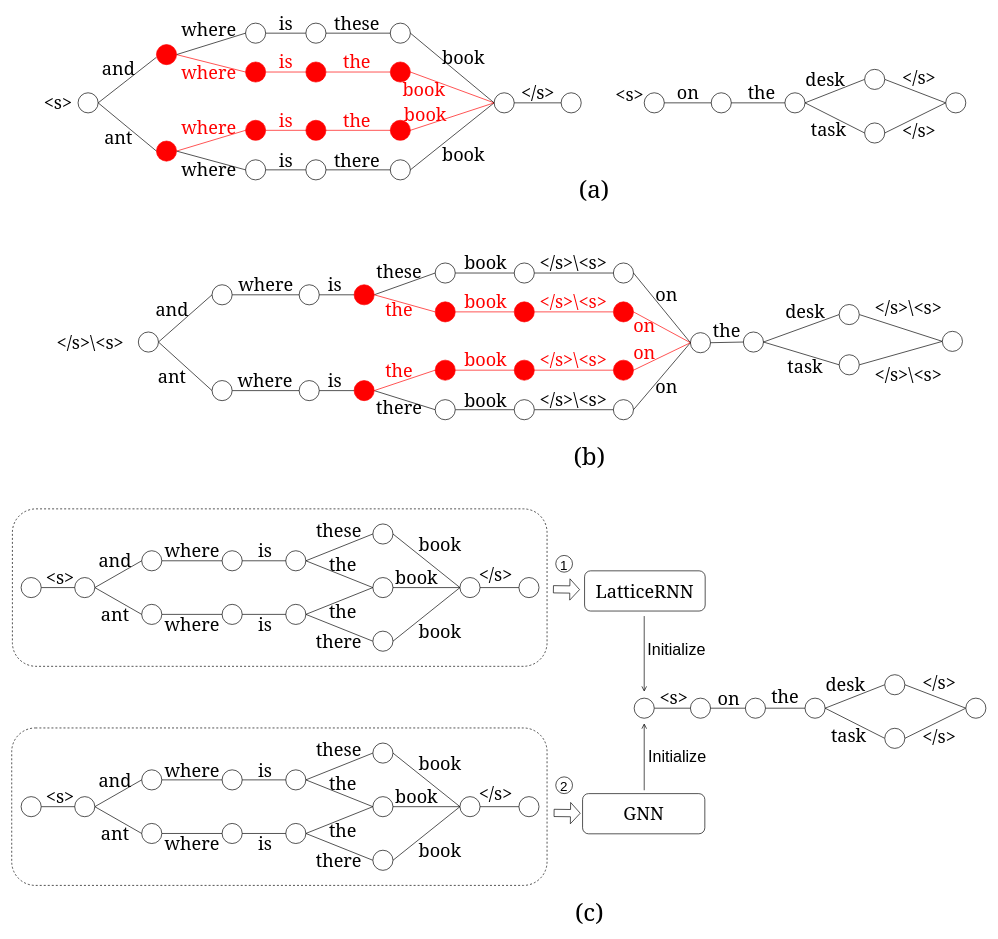
Before: 5-gram Cross-Lattice History Clustering based Lattice Rescoring.drawio in AmourWaltz/OtherProjects, a draw.io diagram. Source tidied: cells renumbered, new cells numbered last; positions are measured from the earlier drawing's top-left corner, leaving out a move shared by most shapes. Both pictures are drawn from the tidied source at 67%, with x=0, y=0 at pixel (11, 17).
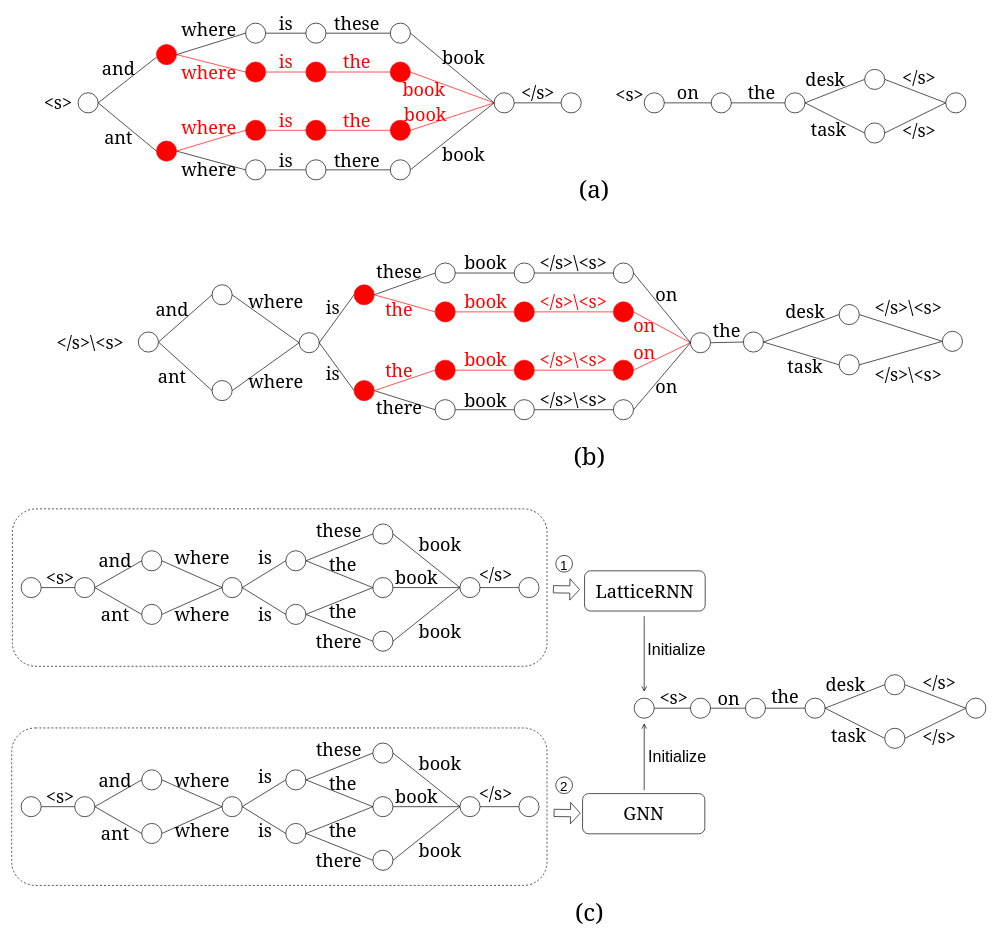
After the change.

The change refers to these unchanged cells:
```xml
<mxCell id="146" style="ellipse;whiteSpace=wrap;html=1;fontColor=#FF0000;fillColor=#FF0000;strokeColor=#FF0000;" parent="1" vertex="1">
  <mxGeometry x="511" y="542.5" width="30" height="30" as="geometry" />
</mxCell>
<mxCell id="151" style="ellipse;whiteSpace=wrap;html=1;" parent="1" vertex="1">
  <mxGeometry x="299" y="399.5" width="30" height="30" as="geometry" />
</mxCell>
<mxCell id="153" style="ellipse;whiteSpace=wrap;html=1;" parent="1" vertex="1">
  <mxGeometry x="299" y="542.5" width="30" height="30" as="geometry" />
</mxCell>
<mxCell id="193" style="ellipse;whiteSpace=wrap;html=1;fillColor=none;fontColor=#000000;" parent="1" vertex="1">
  <mxGeometry x="409" y="876.5" width="30" height="30" as="geometry" />
</mxCell>
<mxCell id="220" style="ellipse;whiteSpace=wrap;html=1;" parent="1" vertex="1">
  <mxGeometry x="194" y="876.5" width="30" height="30" as="geometry" />
</mxCell>
<mxCell id="237" style="ellipse;whiteSpace=wrap;html=1;fillColor=none;fontColor=#000000;" parent="1" vertex="1">
  <mxGeometry x="409" y="1203.5" width="30" height="30" as="geometry" />
</mxCell>
<mxCell id="264" style="ellipse;whiteSpace=wrap;html=1;" parent="1" vertex="1">
  <mxGeometry x="194" y="1203.5" width="30" height="30" as="geometry" />
</mxCell>
```

The edit, as a diff of the source:
```diff
@@
-    <mxCell id="77" style="edgeStyle=none;rounded=0;jettySize=auto;html=1;exitX=1;exitY=0.5;exitDx=0;exitDy=0;entryX=0;entryY=0.5;entryDx=0;entryDy=0;endArrow=none;endFill=0;fontColor=#FF0000;strokeColor=#000000;" parent="1" edge="1" source="96" target="146">
+    <mxCell id="77" style="edgeStyle=none;rounded=0;jettySize=auto;html=1;exitX=1;exitY=0.5;exitDx=0;exitDy=0;entryX=0;entryY=0.5;entryDx=0;entryDy=0;endArrow=none;endFill=0;fontColor=#FF0000;strokeColor=#000000;" parent="1" edge="1" source="79" target="146">
       <mxGeometry relative="1" as="geometry" />
     </mxCell>
@@
     <mxCell id="79" style="ellipse;whiteSpace=wrap;html=1;fillColor=none;" parent="1" vertex="1">
-      <mxGeometry x="429" y="399.5" width="30" height="30" as="geometry" />
+      <mxGeometry x="429" y="471" width="30" height="30" as="geometry" />
     </mxCell>
@@
-    <mxCell id="96" style="ellipse;whiteSpace=wrap;html=1;fillColor=none;" parent="1" vertex="1">
-      <mxGeometry x="429" y="542.5" width="30" height="30" as="geometry" />
-    </mxCell>
     <mxCell id="97" value="&lt;font style=&quot;font-size: 27px&quot; face=&quot;Georgia&quot;&gt;where&lt;/font&gt;" style="text;html=1;align=center;verticalAlign=middle;strokeColor=none;fillColor=none;" parent="1" vertex="1">
-      <mxGeometry x="334" y="390" width="90" height="20" as="geometry" />
+      <mxGeometry x="349" y="414" width="90" height="20" as="geometry" />
     </mxCell>
     <mxCell id="98" value="&lt;font style=&quot;font-size: 27px&quot; face=&quot;Georgia&quot;&gt;where&lt;/font&gt;" style="text;html=1;align=center;verticalAlign=middle;strokeColor=none;fillColor=none;" parent="1" vertex="1">
-      <mxGeometry x="333" y="532" width="90" height="20" as="geometry" />
+      <mxGeometry x="349" y="534" width="90" height="20" as="geometry" />
     </mxCell>
     <mxCell id="99" value="&lt;font style=&quot;font-size: 27px&quot; face=&quot;Georgia&quot;&gt;is&lt;/font&gt;" style="text;html=1;align=center;verticalAlign=middle;fillColor=none;" parent="1" vertex="1">
-      <mxGeometry x="462" y="390" width="40" height="20" as="geometry" />
+      <mxGeometry x="459" y="424" width="40" height="20" as="geometry" />
     </mxCell>
     <mxCell id="100" value="&lt;font face=&quot;Georgia&quot;&gt;&lt;span style=&quot;font-size: 27px&quot;&gt;is&lt;/span&gt;&lt;/font&gt;" style="text;html=1;align=center;verticalAlign=middle;fillColor=none;" parent="1" vertex="1">
-      <mxGeometry x="462" y="532" width="40" height="20" as="geometry" />
+      <mxGeometry x="459" y="522" width="40" height="20" as="geometry" />
     </mxCell>
@@
-    <mxCell id="150" style="edgeStyle=orthogonalEdgeStyle;rounded=0;jettySize=auto;html=1;exitX=1;exitY=0.5;exitDx=0;exitDy=0;entryX=0;entryY=0.5;entryDx=0;entryDy=0;endArrow=none;endFill=0;" parent="1" edge="1" source="151" target="79">
+    <mxCell id="150" style="rounded=0;jettySize=auto;html=1;exitX=1;exitY=0.5;exitDx=0;exitDy=0;entryX=0;entryY=0.5;entryDx=0;entryDy=0;endArrow=none;endFill=0;" parent="1" edge="1" source="151" target="79">
       <mxGeometry relative="1" as="geometry" />
     </mxCell>
@@
-    <mxCell id="152" style="edgeStyle=orthogonalEdgeStyle;rounded=0;jettySize=auto;html=1;exitX=1;exitY=0.5;exitDx=0;exitDy=0;entryX=0;entryY=0.5;entryDx=0;entryDy=0;endArrow=none;endFill=0;" parent="1" edge="1" source="153" target="96">
+    <mxCell id="152" style="rounded=0;jettySize=auto;html=1;exitX=1;exitY=0.5;exitDx=0;exitDy=0;entryX=0;entryY=0.5;entryDx=0;entryDy=0;endArrow=none;endFill=0;" parent="1" edge="1" source="153" target="79">
       <mxGeometry relative="1" as="geometry" />
     </mxCell>
@@
-    <mxCell id="186" style="edgeStyle=none;rounded=0;jettySize=auto;html=1;exitX=1;exitY=0.5;exitDx=0;exitDy=0;entryX=0;entryY=0.5;entryDx=0;entryDy=0;endArrow=none;endFill=0;fontColor=#000000;strokeColor=#000000;fillColor=#e51400;" parent="1" edge="1" source="207" target="193">
+    <mxCell id="186" style="edgeStyle=none;rounded=0;jettySize=auto;html=1;exitX=1;exitY=0.5;exitDx=0;exitDy=0;entryX=0;entryY=0.5;entryDx=0;entryDy=0;endArrow=none;endFill=0;fontColor=#000000;strokeColor=#000000;fillColor=#e51400;" parent="1" edge="1" source="187" target="193">
       <mxGeometry relative="1" as="geometry" />
     </mxCell>
     <mxCell id="187" style="ellipse;whiteSpace=wrap;html=1;fillColor=none;" parent="1" vertex="1">
-      <mxGeometry x="314" y="796.5" width="30" height="30" as="geometry" />
+      <mxGeometry x="314" y="836.5" width="30" height="30" as="geometry" />
     </mxCell>
@@
-    <mxCell id="201" style="rounded=0;jettySize=auto;html=1;exitX=1;exitY=0.5;exitDx=0;exitDy=0;entryX=0;entryY=0.5;entryDx=0;entryDy=0;fontFamily=Georgia;fontSize=27;endArrow=none;endFill=0;" parent="1" edge="1" source="220" target="207">
+    <mxCell id="201" style="rounded=0;jettySize=auto;html=1;exitX=1;exitY=0.5;exitDx=0;exitDy=0;entryX=0;entryY=0.5;entryDx=0;entryDy=0;fontFamily=Georgia;fontSize=27;endArrow=none;endFill=0;" parent="1" edge="1" source="220" target="187">
       <mxGeometry relative="1" as="geometry" />
     </mxCell>
@@
-    <mxCell id="207" style="ellipse;whiteSpace=wrap;html=1;fillColor=none;" parent="1" vertex="1">
-      <mxGeometry x="314" y="876.5" width="30" height="30" as="geometry" />
-    </mxCell>
     <mxCell id="208" value="&lt;font style=&quot;font-size: 27px&quot; face=&quot;Georgia&quot;&gt;where&lt;/font&gt;" style="text;html=1;align=center;verticalAlign=middle;strokeColor=none;fillColor=none;" parent="1" vertex="1">
-      <mxGeometry x="224" y="786.5" width="90" height="20" as="geometry" />
+      <mxGeometry x="239" y="796.5" width="90" height="20" as="geometry" />
     </mxCell>
     <mxCell id="209" value="&lt;font style=&quot;font-size: 27px&quot; face=&quot;Georgia&quot;&gt;where&lt;/font&gt;" style="text;html=1;align=center;verticalAlign=middle;strokeColor=none;fillColor=none;" parent="1" vertex="1">
-      <mxGeometry x="224" y="896.5" width="90" height="20" as="geometry" />
+      <mxGeometry x="239" y="881.5" width="90" height="20" as="geometry" />
     </mxCell>
     <mxCell id="210" value="&lt;font style=&quot;font-size: 27px&quot; face=&quot;Georgia&quot;&gt;is&lt;/font&gt;" style="text;html=1;align=center;verticalAlign=middle;strokeColor=none;fillColor=none;fontColor=#000000;" parent="1" vertex="1">
-      <mxGeometry x="358" y="786.5" width="40" height="20" as="geometry" />
+      <mxGeometry x="358" y="796.5" width="40" height="20" as="geometry" />
     </mxCell>
     <mxCell id="211" value="&lt;font style=&quot;font-size: 27px&quot; face=&quot;Georgia&quot;&gt;is&lt;/font&gt;" style="text;html=1;align=center;verticalAlign=middle;strokeColor=none;fillColor=none;fontColor=#000000;" parent="1" vertex="1">
-      <mxGeometry x="358" y="896.5" width="40" height="20" as="geometry" />
+      <mxGeometry x="358" y="881.5" width="40" height="20" as="geometry" />
     </mxCell>
@@
-    <mxCell id="230" style="edgeStyle=none;rounded=0;jettySize=auto;html=1;exitX=1;exitY=0.5;exitDx=0;exitDy=0;entryX=0;entryY=0.5;entryDx=0;entryDy=0;endArrow=none;endFill=0;fontColor=#000000;strokeColor=#000000;fillColor=#e51400;" parent="1" edge="1" source="251" target="237">
+    <mxCell id="230" style="edgeStyle=none;rounded=0;jettySize=auto;html=1;exitX=1;exitY=0.5;exitDx=0;exitDy=0;entryX=0;entryY=0.5;entryDx=0;entryDy=0;endArrow=none;endFill=0;fontColor=#000000;strokeColor=#000000;fillColor=#e51400;" parent="1" edge="1" source="231" target="237">
       <mxGeometry relative="1" as="geometry" />
     </mxCell>
     <mxCell id="231" style="ellipse;whiteSpace=wrap;html=1;fillColor=none;" parent="1" vertex="1">
-      <mxGeometry x="314" y="1123.5" width="30" height="30" as="geometry" />
+      <mxGeometry x="314" y="1163.5" width="30" height="30" as="geometry" />
     </mxCell>
@@
-    <mxCell id="245" style="rounded=0;jettySize=auto;html=1;exitX=1;exitY=0.5;exitDx=0;exitDy=0;entryX=0;entryY=0.5;entryDx=0;entryDy=0;fontFamily=Georgia;fontSize=27;endArrow=none;endFill=0;" parent="1" edge="1" source="264" target="251">
+    <mxCell id="245" style="rounded=0;jettySize=auto;html=1;exitX=1;exitY=0.5;exitDx=0;exitDy=0;entryX=0;entryY=0.5;entryDx=0;entryDy=0;fontFamily=Georgia;fontSize=27;endArrow=none;endFill=0;" parent="1" edge="1" source="264" target="231">
       <mxGeometry relative="1" as="geometry" />
     </mxCell>
@@
-    <mxCell id="251" style="ellipse;whiteSpace=wrap;html=1;fillColor=none;" parent="1" vertex="1">
-      <mxGeometry x="314" y="1203.5" width="30" height="30" as="geometry" />
-    </mxCell>
     <mxCell id="252" value="&lt;font style=&quot;font-size: 27px&quot; face=&quot;Georgia&quot;&gt;where&lt;/font&gt;" style="text;html=1;align=center;verticalAlign=middle;strokeColor=none;fillColor=none;" parent="1" vertex="1">
-      <mxGeometry x="224" y="1113.5" width="90" height="20" as="geometry" />
+      <mxGeometry x="239" y="1128.5" width="90" height="20" as="geometry" />
     </mxCell>
     <mxCell id="253" value="&lt;font style=&quot;font-size: 27px&quot; face=&quot;Georgia&quot;&gt;where&lt;/font&gt;" style="text;html=1;align=center;verticalAlign=middle;strokeColor=none;fillColor=none;" parent="1" vertex="1">
-      <mxGeometry x="224" y="1223.5" width="90" height="20" as="geometry" />
+      <mxGeometry x="239" y="1203.5" width="90" height="20" as="geometry" />
     </mxCell>
     <mxCell id="254" value="&lt;font style=&quot;font-size: 27px&quot; face=&quot;Georgia&quot;&gt;is&lt;/font&gt;" style="text;html=1;align=center;verticalAlign=middle;strokeColor=none;fillColor=none;fontColor=#000000;" parent="1" vertex="1">
-      <mxGeometry x="358" y="1113.5" width="40" height="20" as="geometry" />
+      <mxGeometry x="358" y="1123.5" width="40" height="20" as="geometry" />
     </mxCell>
     <mxCell id="255" value="&lt;font style=&quot;font-size: 27px&quot; face=&quot;Georgia&quot;&gt;is&lt;/font&gt;" style="text;html=1;align=center;verticalAlign=middle;strokeColor=none;fillColor=none;fontColor=#000000;" parent="1" vertex="1">
-      <mxGeometry x="358" y="1223.5" width="40" height="20" as="geometry" />
+      <mxGeometry x="358" y="1203.5" width="40" height="20" as="geometry" />
     </mxCell>
```
